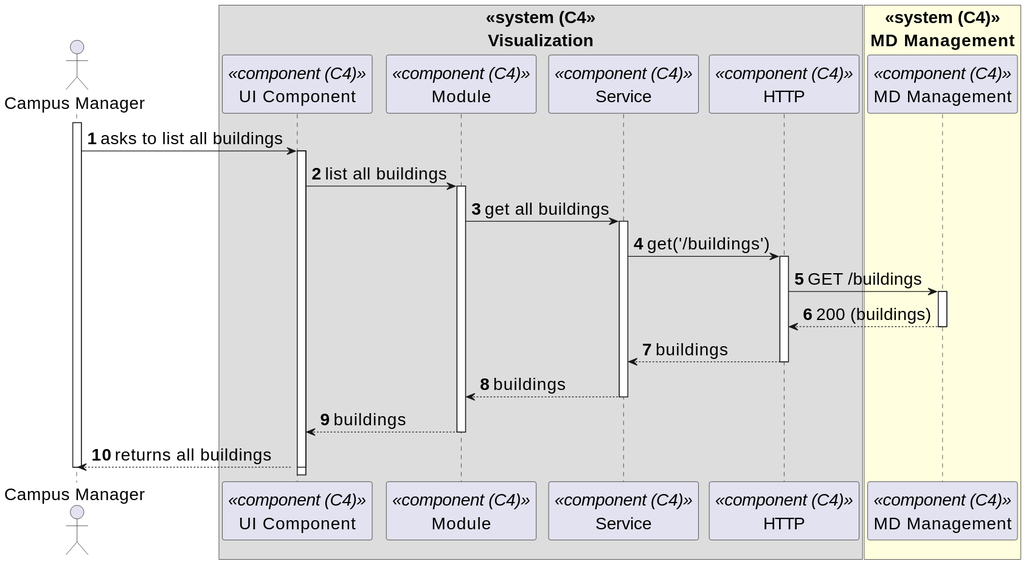
This is _wiki/sprint-b/us-1090/views/level-3/assets/process-view.svg from miseEnPlace-dev/lapr5, a PlantUML export, as it was before one commit. Its diagram source:
```plantuml
@startuml
skinparamlocked defaultFontSize 20
autonumber
skinparam DefaultTextAlignment<<center>> center

actor CM as "Campus Manager"
box "<<system (C4>>\nVisualization"<<center>>
  participant CMP as "UI Component" <<component (C4)>>
  participant MOD as "Module" <<component (C4)>>
  participant SRV as "Service" <<component (C4)>>
  participant HTTP as "HTTP" <<component (C4)>>
end box

box "<<system (C4)>>\nMD Management" <<center>>#LightYellow
  participant MDM as "MD Management" <<component (C4)>>
end box

activate CM

CM -> CMP : asks to list all buildings
activate CMP

activate CMP
CMP -> MOD : list all buildings
activate MOD
MOD -> SRV : get all buildings
activate SRV
SRV -> HTTP : get('/buildings')

activate HTTP

HTTP -> MDM : GET /buildings
activate MDM
MDM --> HTTP : 200 (buildings)
deactivate MDM

HTTP --> SRV : buildings
deactivate HTTP

SRV --> MOD : buildings
deactivate SRV
MOD --> CMP : buildings
deactivate MOD

CM <-- CMP : returns all buildings
deactivate CMP


deactivate CM
@enduml
```
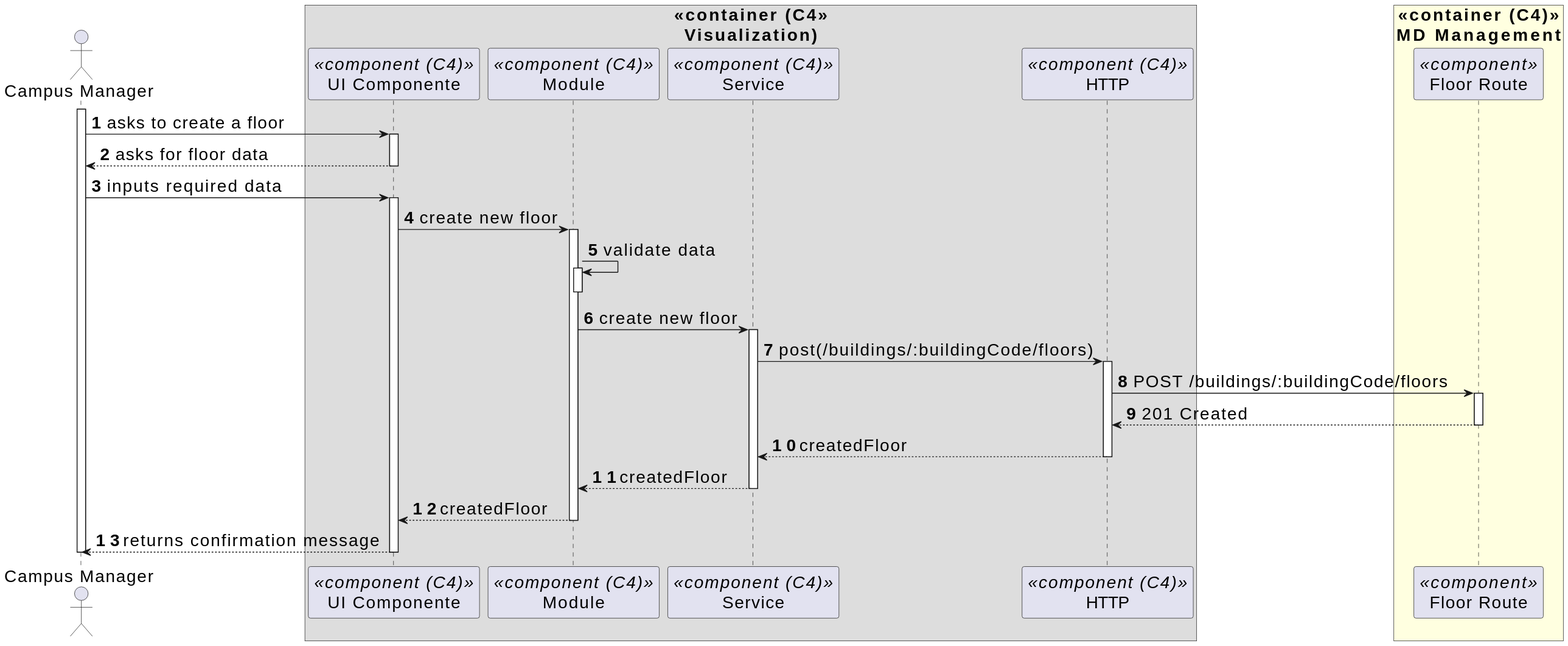
After the commit.

Change to the diagram source:
```diff
@@ -4,47 +4,55 @@
 skinparam DefaultTextAlignment<<center>> center
 
 actor CM as "Campus Manager"
-box "<<system (C4>>\nVisualization"<<center>>
-  participant CMP as "UI Component" <<component (C4)>>
+box "<<container (C4>>\nVisualization)"<<center>>
+  participant CMP as "UI Componente" <<component (C4)>>
+    participant CMP as "UI Component" <<component (C4)>>
   participant MOD as "Module" <<component (C4)>>
   participant SRV as "Service" <<component (C4)>>
   participant HTTP as "HTTP" <<component (C4)>>
 end box
 
-box "<<system (C4)>>\nMD Management" <<center>>#LightYellow
-  participant MDM as "MD Management" <<component (C4)>>
+box "<<container (C4)>>\nMD Management" <<center>>#LightYellow
+  participant MDM as "Floor Route" <<component>>
 end box
 
 activate CM
 
-CM -> CMP : asks to list all buildings
+CM -> CMP : asks to create a floor
 activate CMP
 
+CM <-- CMP : asks for floor data
+deactivate CMP
+
+CM -> CMP : inputs required data
 activate CMP
-CMP -> MOD : list all buildings
+
+CMP -> MOD : create new floor
 activate MOD
-MOD -> SRV : get all buildings
+MOD -> MOD : validate data
+activate MOD
+deactivate MOD
+
+MOD -> SRV : create new floor
 activate SRV
-SRV -> HTTP : get('/buildings')
-
+SRV -> HTTP : post(/buildings/:buildingCode/floors)
 activate HTTP
 
-HTTP -> MDM : GET /buildings
+HTTP -> MDM : POST /buildings/:buildingCode/floors
 activate MDM
-MDM --> HTTP : 200 (buildings)
+MDM --> HTTP : 201 Created
 deactivate MDM
 
-HTTP --> SRV : buildings
+HTTP --> SRV : createdFloor
 deactivate HTTP
 
-SRV --> MOD : buildings
+SRV --> MOD : createdFloor
 deactivate SRV
-MOD --> CMP : buildings
+MOD --> CMP : createdFloor
 deactivate MOD
 
-CM <-- CMP : returns all buildings
+CM <-- CMP : returns confirmation message
 deactivate CMP
-
 
 deactivate CM
 @enduml
```
